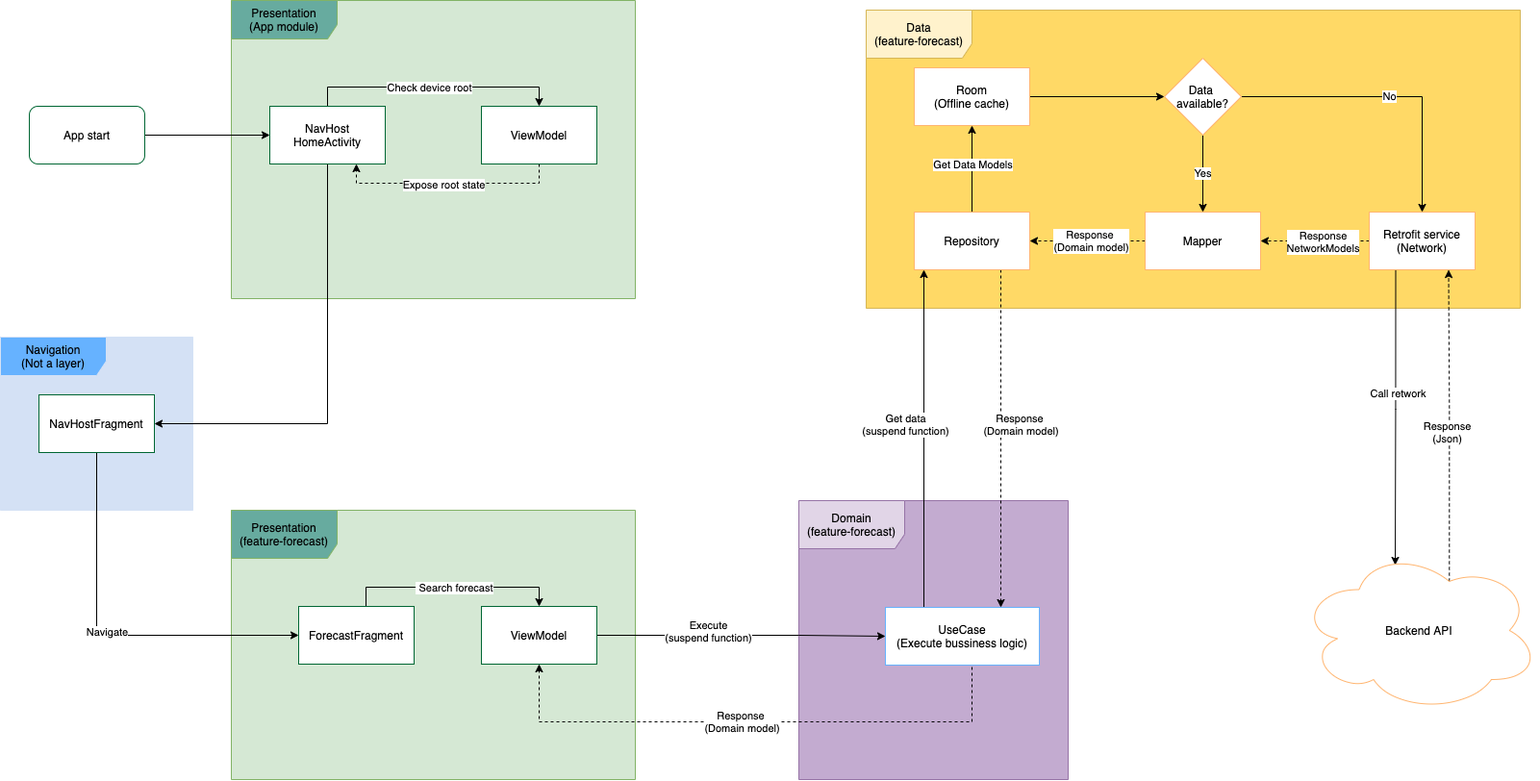
This is misc/images/data_flow.png from vphuong1205/WeatherForecast, a draw.io export, as it was before one commit. Source tidied: cells renumbered, new cells last; positions are measured from the earlier drawing's top-left corner, leaving out a move shared by most shapes.
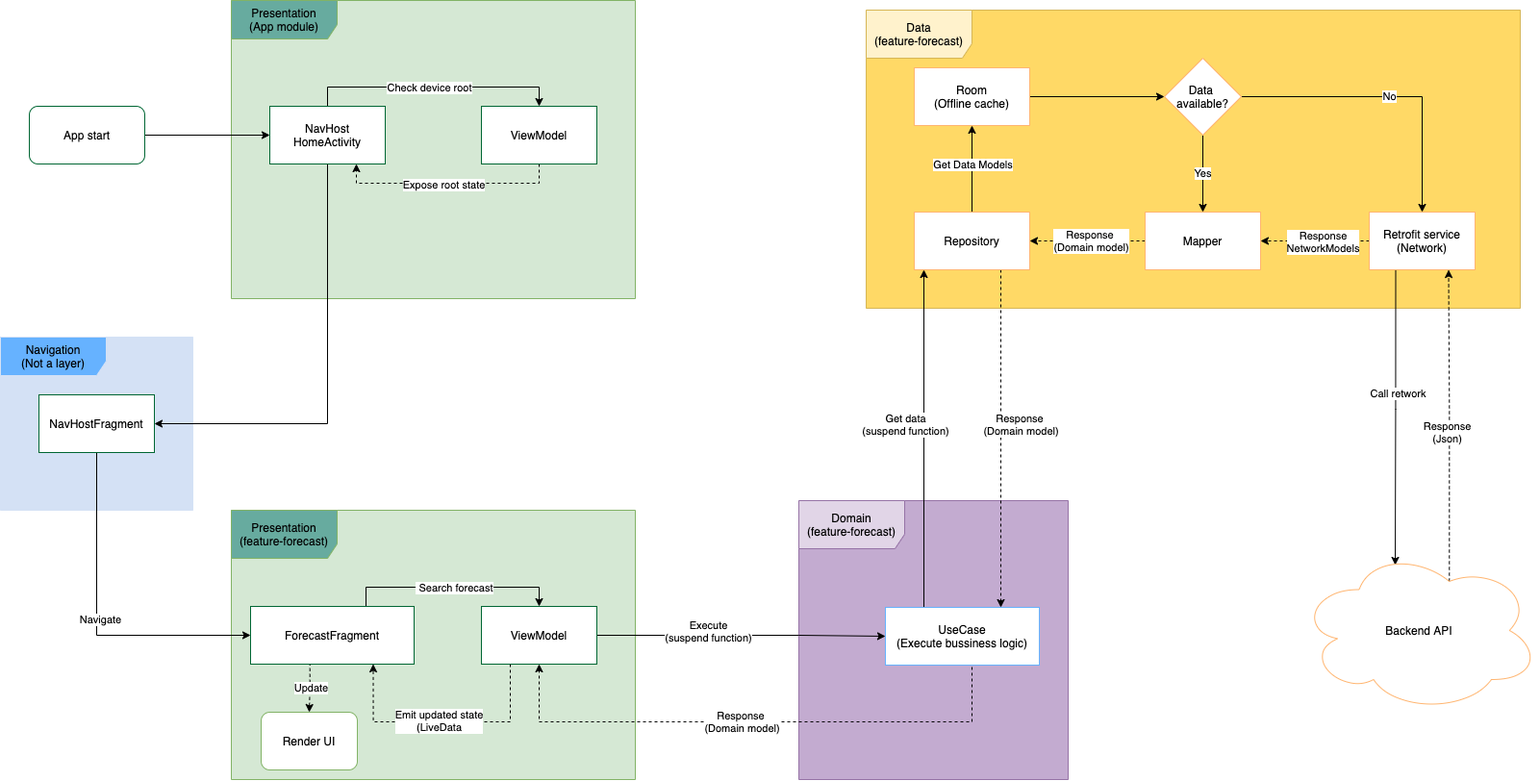
Later version of the same file.

The edit, as a diff of the source:
```diff
@@ -84,8 +84,14 @@
     <mxCell id="20" value="&amp;nbsp;Search forecast&lt;br&gt;" style="edgeLabel;html=1;align=center;verticalAlign=middle;" parent="19" vertex="1">
       <mxGeometry x="0.01" relative="1" as="geometry" />
     </mxCell>
+    <mxCell id="51" style="edgeStyle=orthogonalEdgeStyle;rounded=0;jettySize=auto;html=1;exitX=0.363;exitY=0.971;exitDx=0;exitDy=0;entryX=0.5;entryY=0;entryDx=0;entryDy=0;dashed=1;exitPerimeter=0;" parent="1" edge="1" source="21" target="55">
+      <mxGeometry relative="1" as="geometry" />
+    </mxCell>
+    <mxCell id="52" value="Update" style="edgeLabel;html=1;align=center;verticalAlign=middle;" parent="51" vertex="1">
+      <mxGeometry x="-0.02" y="1" relative="1" as="geometry" />
+    </mxCell>
     <mxCell id="21" value="ForecastFragment" style="rounded=0;whiteSpace=wrap;html=1;strokeColor=#006633;fillColor=#FFFFFF;" parent="1" vertex="1">
-      <mxGeometry x="310" y="630" width="120" height="60" as="geometry" />
+      <mxGeometry x="260" y="630" width="170" height="60" as="geometry" />
     </mxCell>
     <mxCell id="22" style="edgeStyle=orthogonalEdgeStyle;rounded=0;jettySize=auto;html=1;exitX=1;exitY=0.5;exitDx=0;exitDy=0;entryX=0;entryY=0.5;entryDx=0;entryDy=0;" parent="1" edge="1" source="24" target="29">
       <mxGeometry relative="1" as="geometry">
@@ -100,6 +106,17 @@
         <mxPoint x="25" as="offset" />
       </mxGeometry>
     </mxCell>
+    <mxCell id="53" style="edgeStyle=orthogonalEdgeStyle;rounded=0;jettySize=auto;html=1;exitX=0.25;exitY=1;exitDx=0;exitDy=0;entryX=0.75;entryY=1;entryDx=0;entryDy=0;dashed=1;" parent="1" edge="1" source="24" target="21">
+      <mxGeometry relative="1" as="geometry">
+        <Array as="points">
+          <mxPoint x="530" y="750" />
+          <mxPoint x="388" y="750" />
+        </Array>
+      </mxGeometry>
+    </mxCell>
+    <mxCell id="54" value="Emit updated state&lt;br&gt;(LiveData" style="edgeLabel;html=1;align=center;verticalAlign=middle;" parent="53" vertex="1">
+      <mxGeometry x="0.02" y="-2" relative="1" as="geometry" />
+    </mxCell>
     <mxCell id="24" value="ViewModel" style="rounded=0;whiteSpace=wrap;html=1;strokeColor=#006633;fillColor=#FFFFFF;" parent="1" vertex="1">
       <mxGeometry x="500" y="630" width="120" height="60" as="geometry" />
     </mxCell>
@@ -198,5 +215,8 @@
     <mxCell id="50" value="Backend API" style="ellipse;shape=cloud;whiteSpace=wrap;html=1;strokeColor=#FFB570;fillColor=#FFFFFF;" parent="1" vertex="1">
       <mxGeometry x="1350" y="570" width="250" height="170" as="geometry" />
     </mxCell>
+    <mxCell id="55" value="Render UI" style="rounded=1;whiteSpace=wrap;html=1;labelBackgroundColor=#ffffff;strokeColor=#82b366;fillColor=#FFFFFF;" parent="1" vertex="1">
+      <mxGeometry x="271" y="740" width="100" height="60" as="geometry" />
+    </mxCell>
   </root>
 </mxGraphModel>
```
